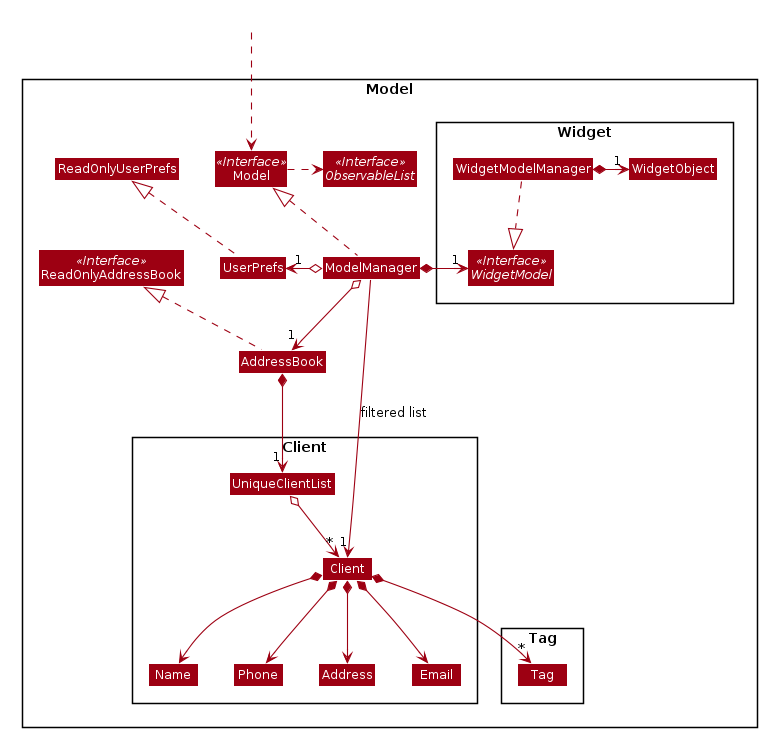
tankangliang/tp keeps this PlantUML diagram as docs/images/ModelClassDiagram.png. Above is the earlier version.
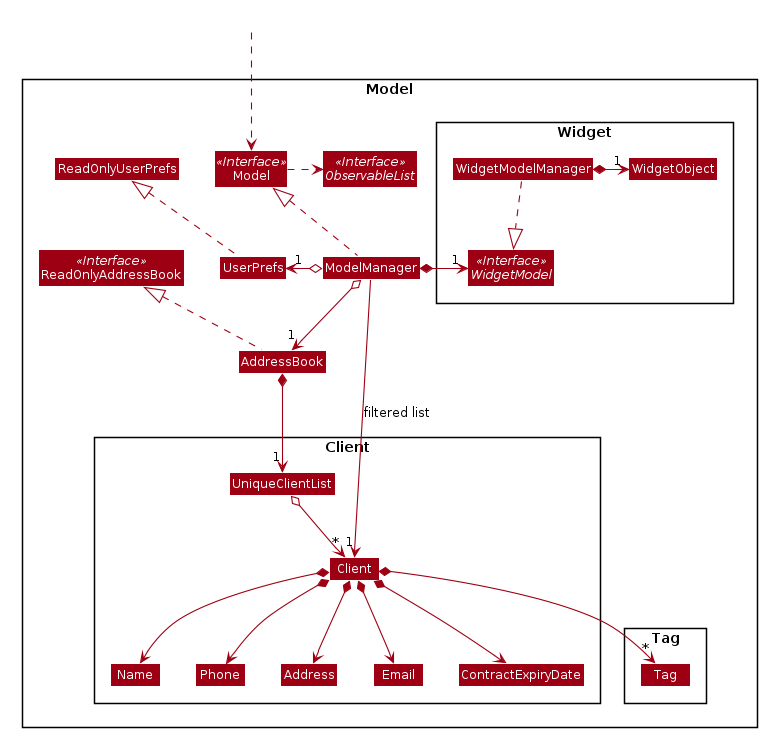
After the change.

What changed in the source:
```diff
@@ -75,6 +75,7 @@
 Class Name
 Class Phone
 Class UniqueClientList
+Class ContractExpiryDate
 }
 
 Package Tag {
@@ -100,6 +101,7 @@
 Client *--> Phone
 Client *--> Email
 Client *--> Address
+Client *--> ContractExpiryDate
 Client *--> "*" Tag
 
 
```
